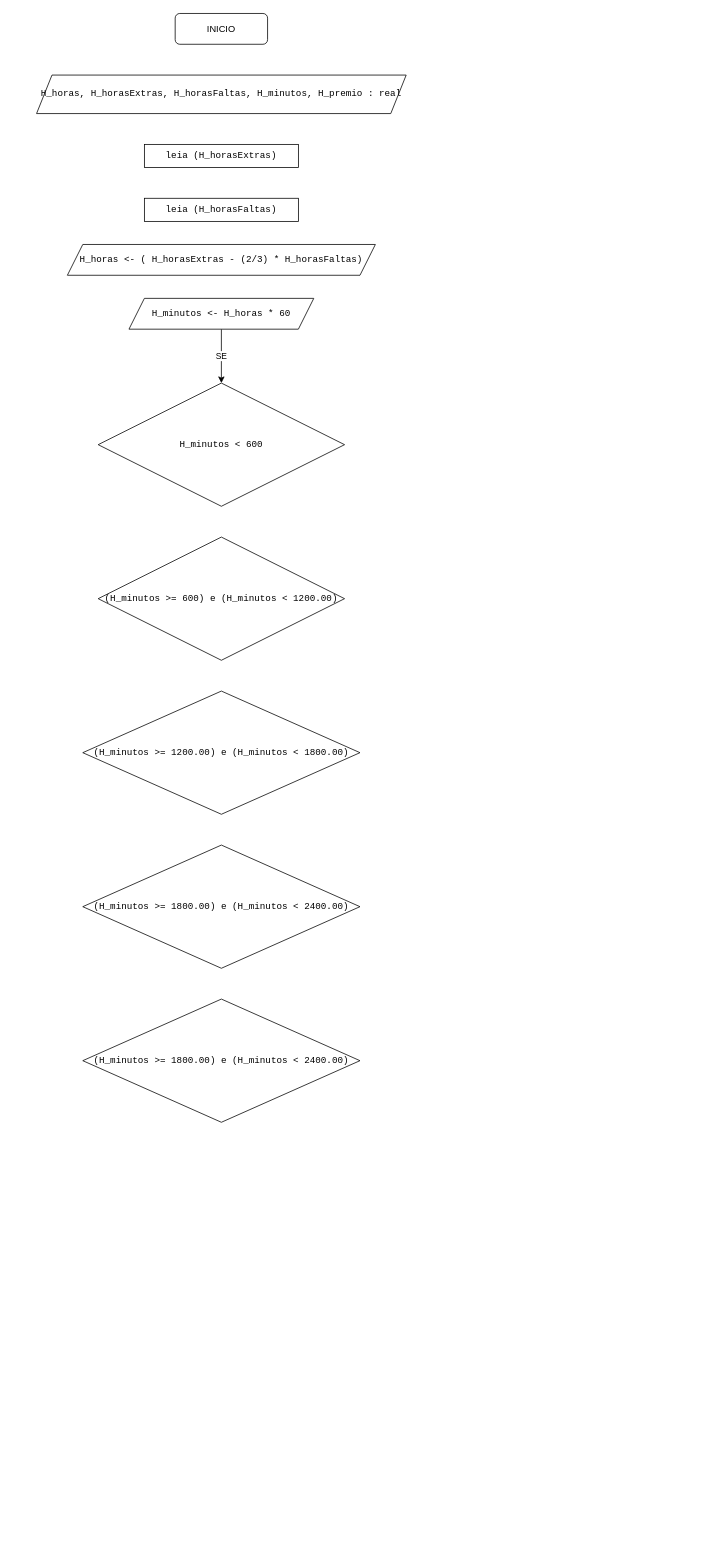
This is PROVAS/prova_01_26.04.2022/prova01_Exe05/prova01_Exe05.drawio from MarinhoDevTi/algoritimo-logica-programacao, a draw.io file, before an edit. Source tidied: cells renumbered, new cells numbered last; positions are measured from the earlier drawing's top-left corner, leaving out a move shared by most shapes. Both pictures are drawn from the tidied source at 77%, with x=0, y=0 at pixel (36, 13).
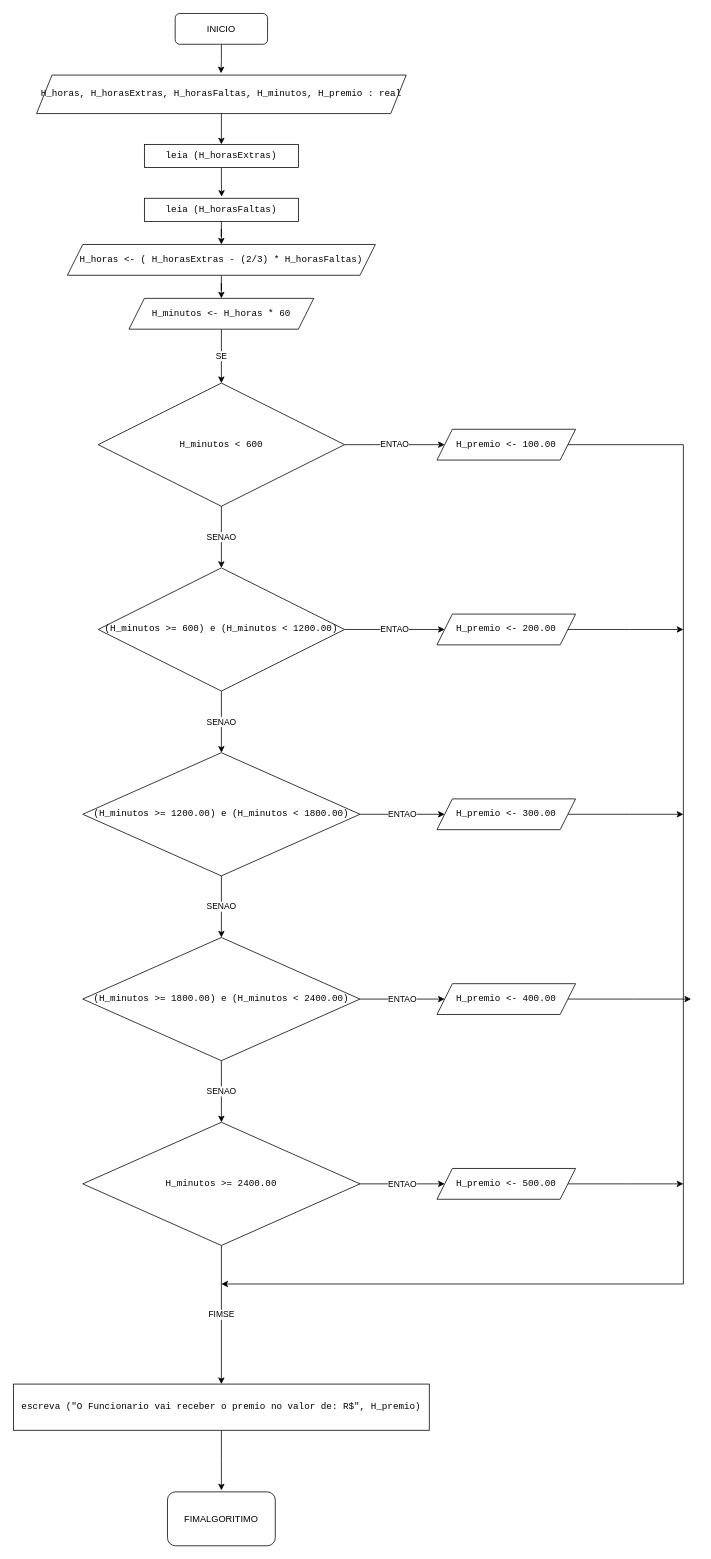
The same page after the edit.

Unchanged cells that the change refers to:
```xml
<mxCell id="2" value="INICIO" style="rounded=1;whiteSpace=wrap;html=1;" parent="1" vertex="1">
  <mxGeometry x="180" width="120" height="40" as="geometry" />
</mxCell>
<mxCell id="3" value="&lt;pre style=&quot;overflow-wrap: break-word&quot;&gt;H_horas, H_horasExtras, H_horasFaltas, H_minutos, H_premio : real&lt;/pre&gt;" style="shape=parallelogram;perimeter=parallelogramPerimeter;whiteSpace=wrap;html=1;fixedSize=1;" parent="1" vertex="1">
  <mxGeometry y="80" width="480" height="50" as="geometry" />
</mxCell>
<mxCell id="4" value="&lt;pre style=&quot;overflow-wrap: break-word&quot;&gt;leia (H_horasExtras)&lt;/pre&gt;" style="rounded=0;whiteSpace=wrap;html=1;" parent="1" vertex="1">
  <mxGeometry x="140" y="170" width="200" height="30" as="geometry" />
</mxCell>
<mxCell id="5" value="&lt;pre style=&quot;overflow-wrap: break-word&quot;&gt;&lt;pre style=&quot;overflow-wrap: break-word&quot;&gt;leia (H_horasFaltas)&lt;/pre&gt;&lt;/pre&gt;" style="rounded=0;whiteSpace=wrap;html=1;" parent="1" vertex="1">
  <mxGeometry x="140" y="240" width="200" height="30" as="geometry" />
</mxCell>
<mxCell id="6" value="&lt;pre style=&quot;overflow-wrap: break-word&quot;&gt;H_horas &amp;lt;- ( H_horasExtras - (2/3) * H_horasFaltas)&lt;/pre&gt;" style="shape=parallelogram;perimeter=parallelogramPerimeter;whiteSpace=wrap;html=1;fixedSize=1;" parent="1" vertex="1">
  <mxGeometry x="40" y="300" width="400" height="40" as="geometry" />
</mxCell>
<mxCell id="8" value="&lt;pre style=&quot;overflow-wrap: break-word&quot;&gt;&lt;pre style=&quot;overflow-wrap: break-word&quot;&gt;&lt;br&gt;&lt;/pre&gt;&lt;pre style=&quot;overflow-wrap: break-word&quot;&gt;H_minutos &amp;lt;- H_horas * 60&lt;br&gt;&lt;/pre&gt;&lt;div&gt;&lt;br&gt;&lt;/div&gt;&lt;/pre&gt;" style="shape=parallelogram;perimeter=parallelogramPerimeter;whiteSpace=wrap;html=1;fixedSize=1;" parent="1" vertex="1">
  <mxGeometry x="120" y="370" width="240" height="40" as="geometry" />
</mxCell>
<mxCell id="10" value="&lt;pre style=&quot;overflow-wrap: break-word&quot;&gt;&lt;pre style=&quot;overflow-wrap: break-word&quot;&gt;&lt;pre style=&quot;overflow-wrap: break-word&quot;&gt;H_minutos &amp;lt; 600&lt;/pre&gt;&lt;/pre&gt;&lt;/pre&gt;" style="rhombus;whiteSpace=wrap;html=1;" parent="1" vertex="1">
  <mxGeometry x="80" y="480" width="320" height="160" as="geometry" />
</mxCell>
```

The edit, as a diff of the source:
```diff
@@
+    <mxCell id="14" style="edgeStyle=elbowEdgeStyle;rounded=0;jettySize=auto;html=1;" parent="1" edge="1" source="30">
+      <mxGeometry relative="1" as="geometry">
+        <mxPoint x="240" y="1650" as="targetPoint" />
+        <Array as="points">
+          <mxPoint x="840" y="1650" />
+          <mxPoint x="660" y="1670" />
+          <mxPoint x="930" y="1700" />
+        </Array>
+      </mxGeometry>
+    </mxCell>
+    <mxCell id="15" style="edgeStyle=orthogonalEdgeStyle;rounded=0;jettySize=auto;html=1;entryX=0.499;entryY=-0.047;entryDx=0;entryDy=0;entryPerimeter=0;" parent="1" edge="1" source="2" target="3">
+      <mxGeometry relative="1" as="geometry" />
+    </mxCell>
@@
+    <mxCell id="16" style="edgeStyle=orthogonalEdgeStyle;rounded=0;jettySize=auto;html=1;entryX=0.5;entryY=0;entryDx=0;entryDy=0;" parent="1" edge="1" source="3" target="4">
+      <mxGeometry relative="1" as="geometry" />
+    </mxCell>
@@
+    <mxCell id="17" style="edgeStyle=orthogonalEdgeStyle;rounded=0;jettySize=auto;html=1;entryX=0.502;entryY=-0.067;entryDx=0;entryDy=0;entryPerimeter=0;" parent="1" edge="1" source="4" target="5">
+      <mxGeometry relative="1" as="geometry" />
+    </mxCell>
@@
+    <mxCell id="18" style="edgeStyle=orthogonalEdgeStyle;rounded=0;jettySize=auto;html=1;entryX=0.5;entryY=0;entryDx=0;entryDy=0;" parent="1" edge="1" source="5" target="6">
+      <mxGeometry relative="1" as="geometry" />
+    </mxCell>
@@
+    <mxCell id="19" style="edgeStyle=orthogonalEdgeStyle;rounded=0;jettySize=auto;html=1;exitX=0.5;exitY=1;exitDx=0;exitDy=0;" parent="1" edge="1" source="6" target="8">
+      <mxGeometry relative="1" as="geometry" />
+    </mxCell>
@@
+    <mxCell id="20" value="SENAO" style="edgeStyle=orthogonalEdgeStyle;rounded=0;jettySize=auto;html=1;entryX=0.5;entryY=0;entryDx=0;entryDy=0;" parent="1" edge="1" source="9" target="11">
+      <mxGeometry relative="1" as="geometry" />
+    </mxCell>
+    <mxCell id="21" value="ENTAO" style="edgeStyle=orthogonalEdgeStyle;rounded=0;jettySize=auto;html=1;exitX=1;exitY=0.5;exitDx=0;exitDy=0;" parent="1" edge="1" source="9" target="32">
+      <mxGeometry relative="1" as="geometry" />
+    </mxCell>
     <mxCell id="9" value="&lt;pre style=&quot;overflow-wrap: break-word&quot;&gt;&lt;pre style=&quot;overflow-wrap: break-word&quot;&gt;&lt;pre style=&quot;overflow-wrap: break-word&quot;&gt;(H_minutos &amp;gt;= 600) e (H_minutos &amp;lt; 1200.00)&lt;/pre&gt;&lt;/pre&gt;&lt;/pre&gt;" style="rhombus;whiteSpace=wrap;html=1;" parent="1" vertex="1">
-      <mxGeometry x="80" y="680" width="320" height="160" as="geometry" />
+      <mxGeometry x="80" y="720" width="320" height="160" as="geometry" />
     </mxCell>
+    <mxCell id="22" value="SENAO" style="edgeStyle=orthogonalEdgeStyle;rounded=0;jettySize=auto;html=1;entryX=0.5;entryY=0;entryDx=0;entryDy=0;" parent="1" edge="1" source="10" target="9">
+      <mxGeometry relative="1" as="geometry" />
+    </mxCell>
+    <mxCell id="23" value="ENTAO" style="edgeStyle=orthogonalEdgeStyle;rounded=0;jettySize=auto;html=1;" parent="1" edge="1" source="10" target="30">
+      <mxGeometry relative="1" as="geometry">
+        <Array as="points">
+          <mxPoint x="440" y="560" />
+          <mxPoint x="440" y="560" />
+        </Array>
+      </mxGeometry>
+    </mxCell>
@@
+    <mxCell id="24" value="SENAO" style="edgeStyle=orthogonalEdgeStyle;rounded=0;jettySize=auto;html=1;" parent="1" edge="1" source="11" target="12">
+      <mxGeometry relative="1" as="geometry">
+        <Array as="points">
+          <mxPoint x="240" y="1160" />
+          <mxPoint x="240" y="1160" />
+        </Array>
+      </mxGeometry>
+    </mxCell>
+    <mxCell id="25" value="ENTAO" style="edgeStyle=orthogonalEdgeStyle;rounded=0;jettySize=auto;html=1;exitX=1;exitY=0.5;exitDx=0;exitDy=0;" parent="1" edge="1" source="11" target="34">
+      <mxGeometry relative="1" as="geometry" />
+    </mxCell>
     <mxCell id="11" value="&lt;pre style=&quot;overflow-wrap: break-word&quot;&gt;&lt;pre style=&quot;overflow-wrap: break-word&quot;&gt;&lt;pre style=&quot;overflow-wrap: break-word&quot;&gt;(H_minutos &amp;gt;= 1200.00) e (H_minutos &amp;lt; 1800.00)&lt;/pre&gt;&lt;/pre&gt;&lt;/pre&gt;" style="rhombus;whiteSpace=wrap;html=1;" parent="1" vertex="1">
-      <mxGeometry x="60" y="880" width="360" height="160" as="geometry" />
+      <mxGeometry x="60" y="960" width="360" height="160" as="geometry" />
     </mxCell>
+    <mxCell id="26" value="SENAO" style="edgeStyle=orthogonalEdgeStyle;rounded=0;jettySize=auto;html=1;entryX=0.5;entryY=0;entryDx=0;entryDy=0;" parent="1" edge="1" source="12" target="13">
+      <mxGeometry relative="1" as="geometry" />
+    </mxCell>
+    <mxCell id="27" value="ENTAO" style="edgeStyle=orthogonalEdgeStyle;rounded=0;jettySize=auto;html=1;exitX=1;exitY=0.5;exitDx=0;exitDy=0;entryX=0;entryY=0.5;entryDx=0;entryDy=0;" parent="1" edge="1" source="12" target="36">
+      <mxGeometry relative="1" as="geometry">
+        <Array as="points">
+          <mxPoint x="480" y="1280" />
+          <mxPoint x="480" y="1280" />
+        </Array>
+      </mxGeometry>
+    </mxCell>
     <mxCell id="12" value="&lt;pre style=&quot;overflow-wrap: break-word&quot;&gt;&lt;pre style=&quot;overflow-wrap: break-word&quot;&gt;&lt;pre style=&quot;overflow-wrap: break-word&quot;&gt;&lt;pre style=&quot;overflow-wrap: break-word&quot;&gt;(H_minutos &amp;gt;= 1800.00) e (H_minutos &amp;lt; 2400.00)&lt;/pre&gt;&lt;/pre&gt;&lt;/pre&gt;&lt;/pre&gt;" style="rhombus;whiteSpace=wrap;html=1;" parent="1" vertex="1">
-      <mxGeometry x="60" y="1080" width="360" height="160" as="geometry" />
+      <mxGeometry x="60" y="1200" width="360" height="160" as="geometry" />
     </mxCell>
+    <mxCell id="28" value="ENTAO" style="edgeStyle=orthogonalEdgeStyle;rounded=0;jettySize=auto;html=1;" parent="1" edge="1" source="13" target="38">
+      <mxGeometry relative="1" as="geometry" />
+    </mxCell>
+    <mxCell id="29" value="FIMSE" style="edgeStyle=orthogonalEdgeStyle;rounded=0;jettySize=auto;html=1;exitX=0.5;exitY=1;exitDx=0;exitDy=0;entryX=0.5;entryY=0;entryDx=0;entryDy=0;" parent="1" edge="1" source="13" target="40">
+      <mxGeometry relative="1" as="geometry" />
+    </mxCell>
-    <mxCell id="13" value="&lt;pre style=&quot;overflow-wrap: break-word&quot;&gt;&lt;pre style=&quot;overflow-wrap: break-word&quot;&gt;&lt;pre style=&quot;overflow-wrap: break-word&quot;&gt;&lt;pre style=&quot;overflow-wrap: break-word&quot;&gt;(H_minutos &amp;gt;= 1800.00) e (H_minutos &amp;lt; 2400.00)&lt;/pre&gt;&lt;/pre&gt;&lt;/pre&gt;&lt;/pre&gt;" style="rhombus;whiteSpace=wrap;html=1;" parent="1" vertex="1">
-      <mxGeometry x="60" y="1280" width="360" height="160" as="geometry" />
+    <mxCell id="13" value="&lt;pre style=&quot;overflow-wrap: break-word&quot;&gt;&lt;pre style=&quot;overflow-wrap: break-word&quot;&gt;&lt;pre style=&quot;overflow-wrap: break-word&quot;&gt;&lt;pre style=&quot;overflow-wrap: break-word&quot;&gt;&lt;pre style=&quot;overflow-wrap: break-word&quot;&gt;H_minutos &amp;gt;= 2400.00&lt;/pre&gt;&lt;/pre&gt;&lt;/pre&gt;&lt;/pre&gt;&lt;/pre&gt;" style="rhombus;whiteSpace=wrap;html=1;" parent="1" vertex="1">
+      <mxGeometry x="60" y="1440" width="360" height="160" as="geometry" />
     </mxCell>
+    <mxCell id="30" value="&lt;pre style=&quot;overflow-wrap: break-word&quot;&gt;H_premio &amp;lt;- 100.00&lt;/pre&gt;" style="shape=parallelogram;perimeter=parallelogramPerimeter;whiteSpace=wrap;html=1;fixedSize=1;" parent="1" vertex="1">
+      <mxGeometry x="520" y="540" width="180" height="40" as="geometry" />
+    </mxCell>
+    <mxCell id="31" style="edgeStyle=orthogonalEdgeStyle;rounded=0;jettySize=auto;html=1;" parent="1" edge="1" source="32">
+      <mxGeometry relative="1" as="geometry">
+        <mxPoint x="840" y="800" as="targetPoint" />
+      </mxGeometry>
+    </mxCell>
+    <mxCell id="32" value="&lt;pre style=&quot;overflow-wrap: break-word&quot;&gt;H_premio &amp;lt;- 200.00&lt;/pre&gt;" style="shape=parallelogram;perimeter=parallelogramPerimeter;whiteSpace=wrap;html=1;fixedSize=1;" parent="1" vertex="1">
+      <mxGeometry x="520" y="780" width="180" height="40" as="geometry" />
+    </mxCell>
+    <mxCell id="33" style="edgeStyle=orthogonalEdgeStyle;rounded=0;jettySize=auto;html=1;" parent="1" edge="1" source="34">
+      <mxGeometry relative="1" as="geometry">
+        <mxPoint x="840" y="1040" as="targetPoint" />
+      </mxGeometry>
+    </mxCell>
+    <mxCell id="34" value="&lt;pre style=&quot;overflow-wrap: break-word&quot;&gt;H_premio &amp;lt;- 300.00&lt;/pre&gt;" style="shape=parallelogram;perimeter=parallelogramPerimeter;whiteSpace=wrap;html=1;fixedSize=1;" parent="1" vertex="1">
+      <mxGeometry x="520" y="1020" width="180" height="40" as="geometry" />
+    </mxCell>
+    <mxCell id="35" style="edgeStyle=orthogonalEdgeStyle;rounded=0;jettySize=auto;html=1;" parent="1" edge="1" source="36">
+      <mxGeometry relative="1" as="geometry">
+        <mxPoint x="850" y="1280" as="targetPoint" />
+      </mxGeometry>
+    </mxCell>
+    <mxCell id="36" value="&lt;pre style=&quot;overflow-wrap: break-word&quot;&gt;H_premio &amp;lt;- 400.00&lt;/pre&gt;" style="shape=parallelogram;perimeter=parallelogramPerimeter;whiteSpace=wrap;html=1;fixedSize=1;" parent="1" vertex="1">
+      <mxGeometry x="520" y="1260" width="180" height="40" as="geometry" />
+    </mxCell>
+    <mxCell id="37" style="edgeStyle=orthogonalEdgeStyle;rounded=0;jettySize=auto;html=1;" parent="1" edge="1" source="38">
+      <mxGeometry relative="1" as="geometry">
+        <mxPoint x="840" y="1520" as="targetPoint" />
+      </mxGeometry>
+    </mxCell>
+    <mxCell id="38" value="&lt;pre style=&quot;overflow-wrap: break-word&quot;&gt;H_premio &amp;lt;- 500.00&lt;/pre&gt;" style="shape=parallelogram;perimeter=parallelogramPerimeter;whiteSpace=wrap;html=1;fixedSize=1;" parent="1" vertex="1">
+      <mxGeometry x="520" y="1500" width="180" height="40" as="geometry" />
+    </mxCell>
+    <mxCell id="39" style="edgeStyle=elbowEdgeStyle;rounded=0;jettySize=auto;html=1;" parent="1" edge="1" source="40">
+      <mxGeometry relative="1" as="geometry">
+        <mxPoint x="240" y="1918" as="targetPoint" />
+      </mxGeometry>
+    </mxCell>
+    <mxCell id="40" value="&lt;pre style=&quot;overflow-wrap: break-word&quot;&gt;escreva (&quot;O Funcionario vai receber o premio no valor de: R$&quot;, H_premio)&lt;/pre&gt;" style="rounded=0;whiteSpace=wrap;html=1;" parent="1" vertex="1">
+      <mxGeometry x="-30" y="1780" width="540" height="60" as="geometry" />
+    </mxCell>
+    <mxCell id="41" value="FIMALGORITIMO" style="rounded=1;whiteSpace=wrap;html=1;" parent="1" vertex="1">
+      <mxGeometry x="170" y="1920" width="140" height="70" as="geometry" />
+    </mxCell>
```
